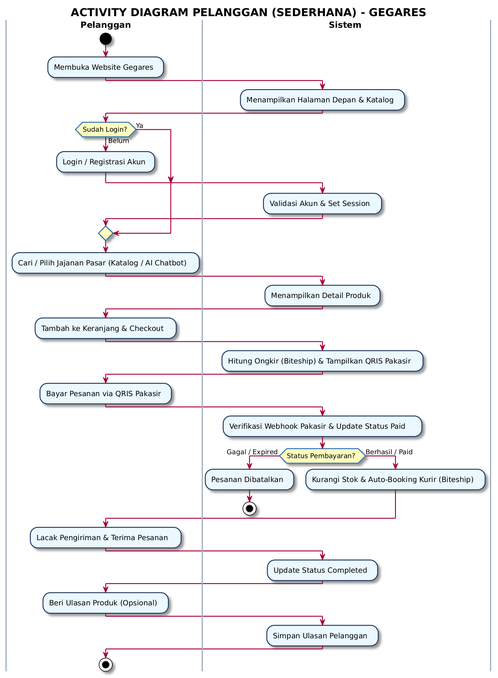
Earlier version of the PlantUML export SKRIPSI/activity_diagram_pelanggan.png (greedykid/gegares_toko). Its source is kept beside it as activity_diagram_pelanggan.puml.
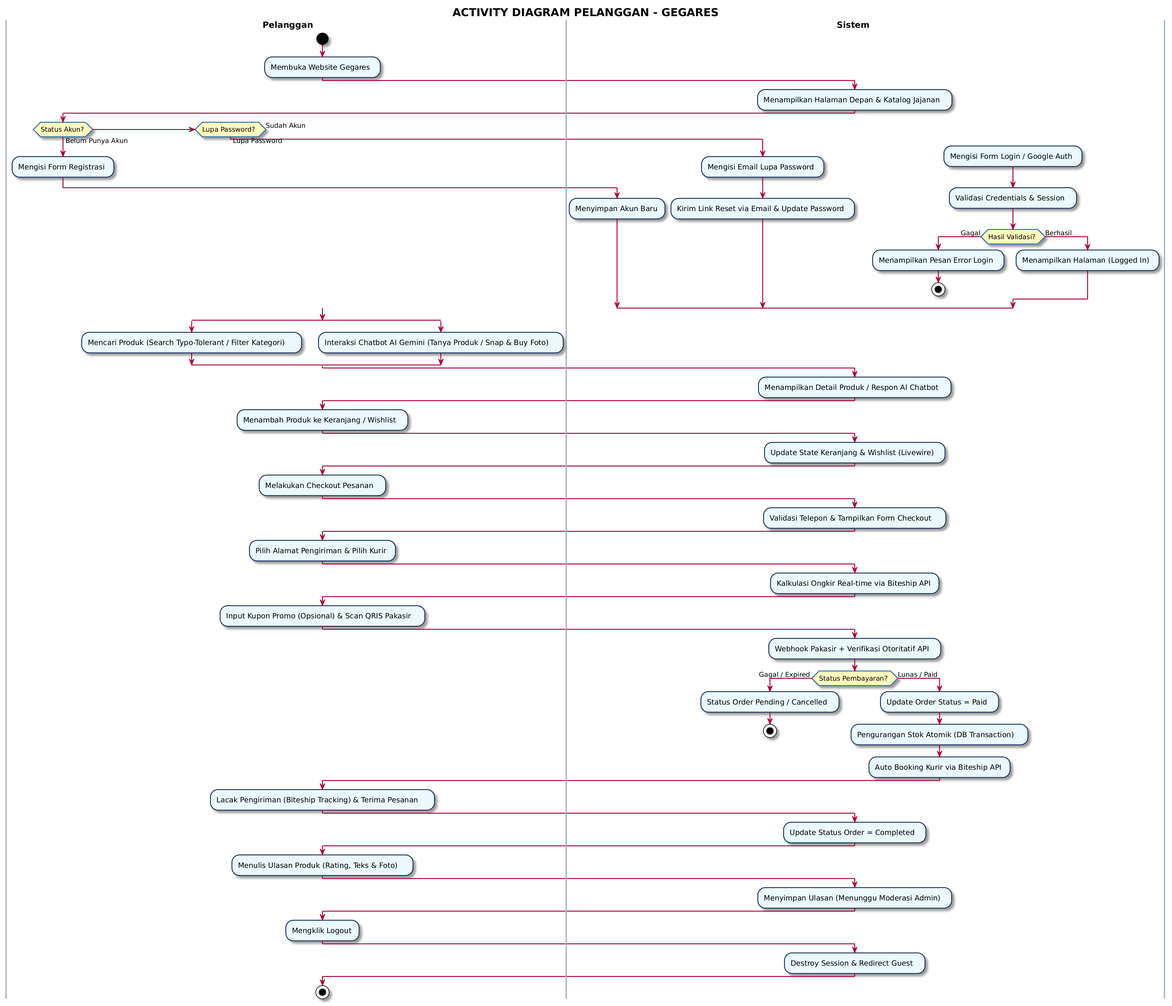
The same file after the commit.

Commit message:
docs(diagram): update activity diagrams to balanced standard UML with complete business features

Change to the diagram source:
```diff
@@ -9,60 +9,97 @@
 skinparam SwimlaneTitleFontSize 14
 skinparam SwimlaneTitleFontStyle bold
 skinparam SwimlaneBorderColor #A0AEC0
-skinparam SwimlaneWidth 260
+skinparam SwimlaneWidth 280
 
-title **ACTIVITY DIAGRAM PELANGGAN (SEDERHANA) - GEGARES**
+title **ACTIVITY DIAGRAM PELANGGAN - GEGARES**
 
 |Pelanggan|
 start
 :Membuka Website Gegares;
 
 |Sistem|
-:Menampilkan Halaman Depan & Katalog;
+:Menampilkan Halaman Depan & Katalog Jajanan;
 
 |Pelanggan|
-if (Sudah Login?) then (Belum)
-  :Login / Registrasi Akun;
+if (Status Akun?) then (Belum Punya Akun)
+  :Mengisi Form Registrasi;
   |Sistem|
-  :Validasi Akun & Set Session;
-else (Ya)
+  :Menyimpan Akun Baru;
+else if (Lupa Password?) then (Lupa Password)
+  :Mengisi Email Lupa Password;
+  |Sistem|
+  :Kirim Link Reset via Email & Update Password;
+else (Sudah Akun)
+  :Mengisi Form Login / Google Auth;
+  |Sistem|
+  :Validasi Credentials & Session;
+  if (Hasil Validasi?) then (Gagal)
+    :Menampilkan Pesan Error Login;
+    stop
+  else (Berhasil)
+    :Menampilkan Halaman (Logged In);
+  endif
 endif
 
 |Pelanggan|
-:Cari / Pilih Jajanan Pasar (Katalog / AI Chatbot);
+split
+  :Mencari Produk (Search Typo-Tolerant / Filter Kategori);
+split again
+  :Interaksi Chatbot AI Gemini (Tanya Produk / Snap & Buy Foto);
+end split
 
 |Sistem|
-:Menampilkan Detail Produk;
+:Menampilkan Detail Produk / Respon AI Chatbot;
 
 |Pelanggan|
-:Tambah ke Keranjang & Checkout;
+:Menambah Produk ke Keranjang / Wishlist;
 
 |Sistem|
-:Hitung Ongkir (Biteship) & Tampilkan QRIS Pakasir;
+:Update State Keranjang & Wishlist (Livewire);
 
 |Pelanggan|
-:Bayar Pesanan via QRIS Pakasir;
+:Melakukan Checkout Pesanan;
 
 |Sistem|
-:Verifikasi Webhook Pakasir & Update Status Paid;
+:Validasi Telepon & Tampilkan Form Checkout;
+
+|Pelanggan|
+:Pilih Alamat Pengiriman & Pilih Kurir;
+
+|Sistem|
+:Kalkulasi Ongkir Real-time via Biteship API;
+
+|Pelanggan|
+:Input Kupon Promo (Opsional) & Scan QRIS Pakasir;
+
+|Sistem|
+:Webhook Pakasir + Verifikasi Otoritatif API;
 if (Status Pembayaran?) then (Gagal / Expired)
-  :Pesanan Dibatalkan;
+  :Status Order Pending / Cancelled;
   stop
-else (Berhasil / Paid)
-  :Kurangi Stok & Auto-Booking Kurir (Biteship);
+else (Lunas / Paid)
+  :Update Order Status = Paid;
+  :Pengurangan Stok Atomik (DB Transaction);
+  :Auto Booking Kurir via Biteship API;
 endif
 
 |Pelanggan|
-:Lacak Pengiriman & Terima Pesanan;
+:Lacak Pengiriman (Biteship Tracking) & Terima Pesanan;
 
 |Sistem|
-:Update Status Completed;
+:Update Status Order = Completed;
 
 |Pelanggan|
-:Beri Ulasan Produk (Opsional);
+:Menulis Ulasan Produk (Rating, Teks & Foto);
 
 |Sistem|
-:Simpan Ulasan Pelanggan;
+:Menyimpan Ulasan (Menunggu Moderasi Admin);
+
+|Pelanggan|
+:Mengklik Logout;
+
+|Sistem|
+:Destroy Session & Redirect Guest;
 
 |Pelanggan|
 stop
```
